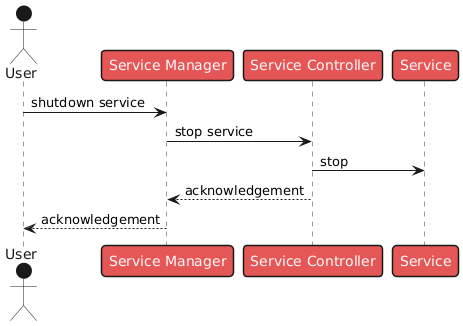
Above: doc/img/Seq-Service-Stop.png in Blockchain-Data-Analytics/BCA-Service-Tokenization (PlantUML), before the change. The source it was exported from:
```plantuml
@startuml Seq-Service-Stop

!theme mars

skinparam backgroundColor #ffffff

actor "User" as user order 1
participant "Service Manager" as sm order 2
participant "Service Controller" as sc order 3
participant "Service" as sv order 4

user -> sm : shutdown service

sm -> sc : stop service

sc -> sv : stop

sm <-- sc : acknowledgement

user <-- sm : acknowledgement

@enduml
```
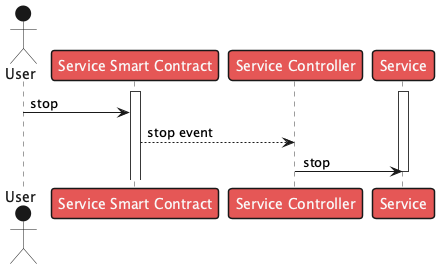
Later version of the same file.

Diff of the diagram source:
```diff
@@ -5,18 +5,17 @@
 skinparam backgroundColor #ffffff
 
 actor "User" as user order 1
-participant "Service Manager" as sm order 2
+participant "Service Smart Contract" as sm order 2
 participant "Service Controller" as sc order 3
 participant "Service" as sv order 4
 
-user -> sm : shutdown service
+activate sm
+activate sv
+user -> sm : stop
 
-sm -> sc : stop service
+sm --> sc : stop event
 
 sc -> sv : stop
-
-sm <-- sc : acknowledgement
-
-user <-- sm : acknowledgement
+deactivate sv
 
 @enduml
```
